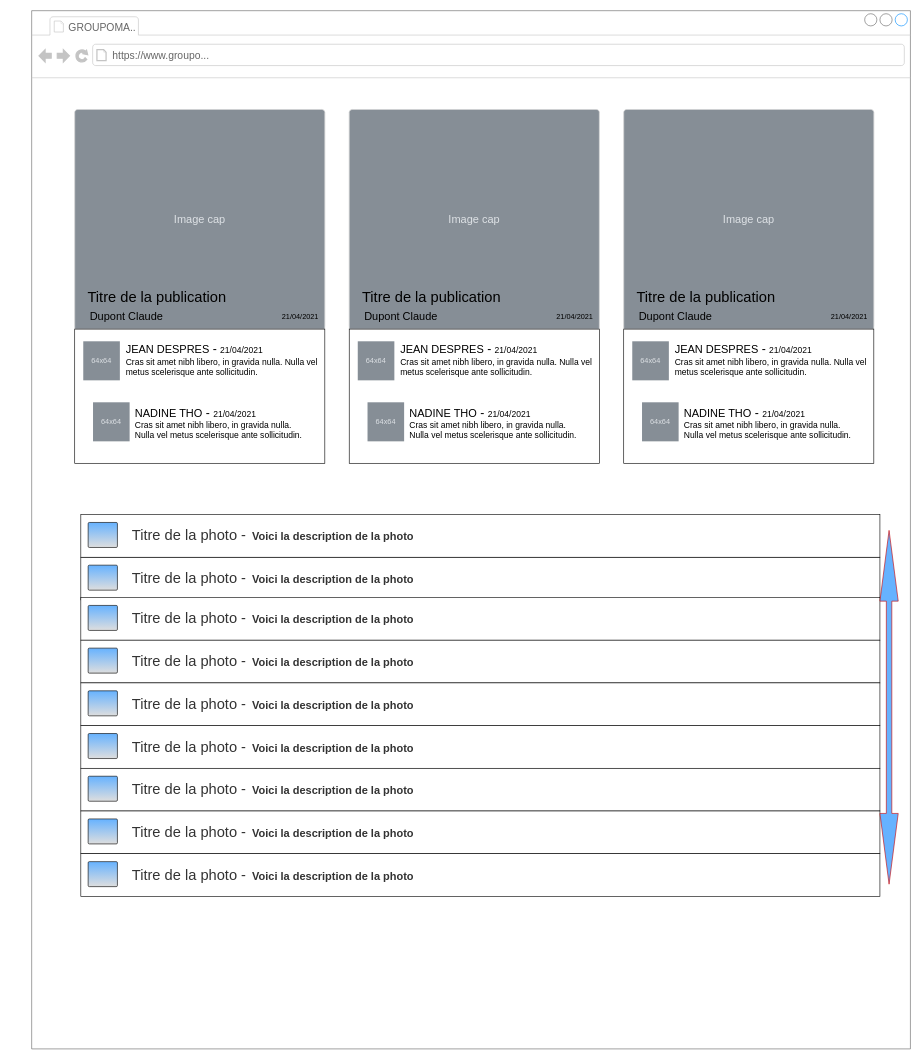
Dutdut77/GRANDMAIRENicolas_7_14042021 keeps this draw.io diagram as page "Accueil" (3 of 4) of backend/sql.drawio. Above is the earlier version. Source tidied: cells renumbered, new cells numbered last; positions are measured from the earlier drawing's top-left corner, leaving out a move shared by most shapes. Both pictures are drawn from the tidied source at 61%, with x=0, y=0 at pixel (10, 10).
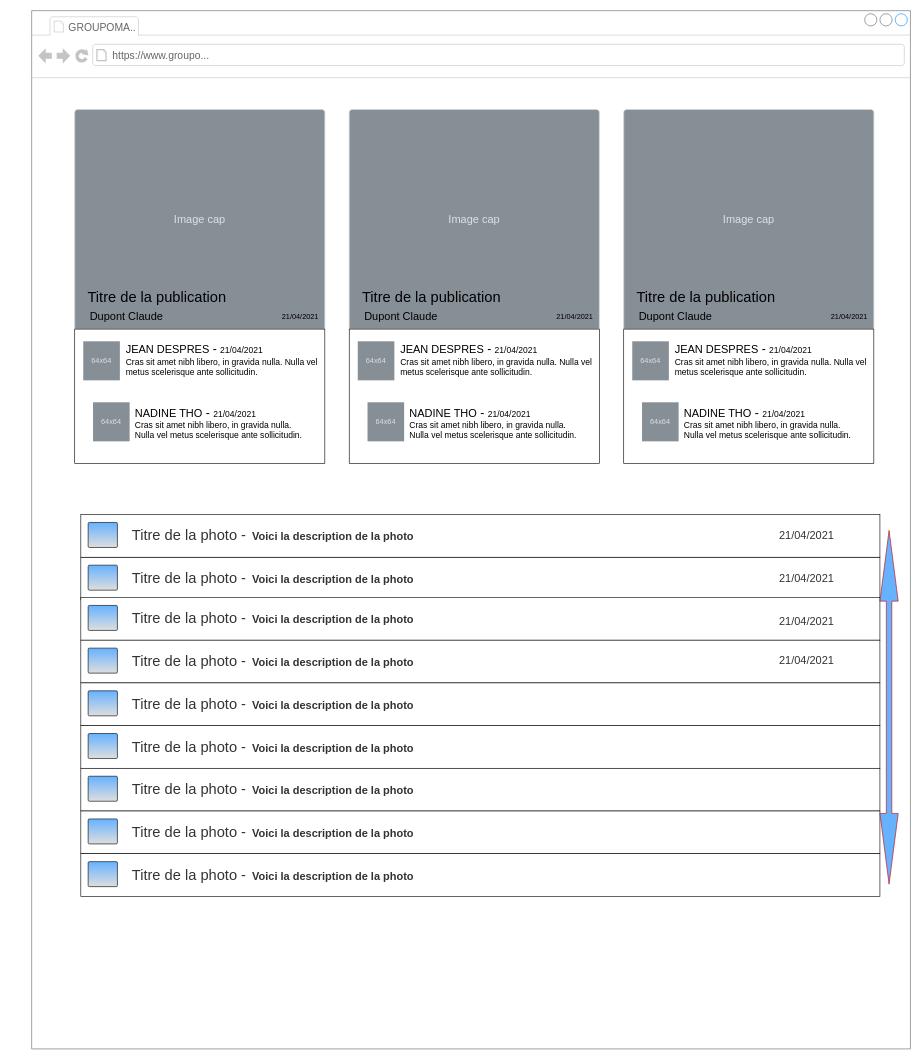
The same page after the edit.

Commit message (it also covers changes not shown here):
Gestion des erreurs

Unchanged cells that the change refers to:
```xml
<mxCell id="43" style="group;" parent="1" vertex="1">
  <mxGeometry x="115" y="896" width="1310" height="70" as="geometry" />
</mxCell>
<mxCell id="47" style="group;" parent="1" vertex="1">
  <mxGeometry x="115" y="826" width="1310" height="70" as="geometry" />
</mxCell>
<mxCell id="51" style="group;" parent="1" vertex="1">
  <mxGeometry x="115" y="962" width="1310" height="70" as="geometry" />
</mxCell>
<mxCell id="55" style="group;" parent="1" vertex="1">
  <mxGeometry x="115" y="1032" width="1310" height="130" as="geometry" />
</mxCell>
```

What changed in the source:
```diff
@@
+    <mxCell id="80" value="&lt;font color=&quot;#333333&quot; style=&quot;font-size: 18px&quot;&gt;21/04/2021&lt;/font&gt;" style="text;html=1;strokeColor=none;fillColor=none;align=center;verticalAlign=middle;whiteSpace=wrap;rounded=0;" parent="43" vertex="1">
+      <mxGeometry x="1170" y="25" width="40" height="20" as="geometry" />
+    </mxCell>
@@
+    <mxCell id="81" value="&lt;font color=&quot;#333333&quot; style=&quot;font-size: 18px&quot;&gt;21/04/2021&lt;/font&gt;" style="text;html=1;strokeColor=none;fillColor=none;align=center;verticalAlign=middle;whiteSpace=wrap;rounded=0;" parent="47" vertex="1">
+      <mxGeometry x="1170" y="23.5" width="40" height="20" as="geometry" />
+    </mxCell>
@@
+    <mxCell id="82" value="&lt;font color=&quot;#333333&quot; style=&quot;font-size: 18px&quot;&gt;21/04/2021&lt;/font&gt;" style="text;html=1;strokeColor=none;fillColor=none;align=center;verticalAlign=middle;whiteSpace=wrap;rounded=0;" parent="51" vertex="1">
+      <mxGeometry x="1170" y="29" width="40" height="20" as="geometry" />
+    </mxCell>
@@
+    <mxCell id="83" value="&lt;font color=&quot;#333333&quot; style=&quot;font-size: 18px&quot;&gt;21/04/2021&lt;/font&gt;" style="text;html=1;strokeColor=none;fillColor=none;align=center;verticalAlign=middle;whiteSpace=wrap;rounded=0;" parent="55" vertex="1">
+      <mxGeometry x="1170" y="23.5" width="40" height="20" as="geometry" />
+    </mxCell>
```
